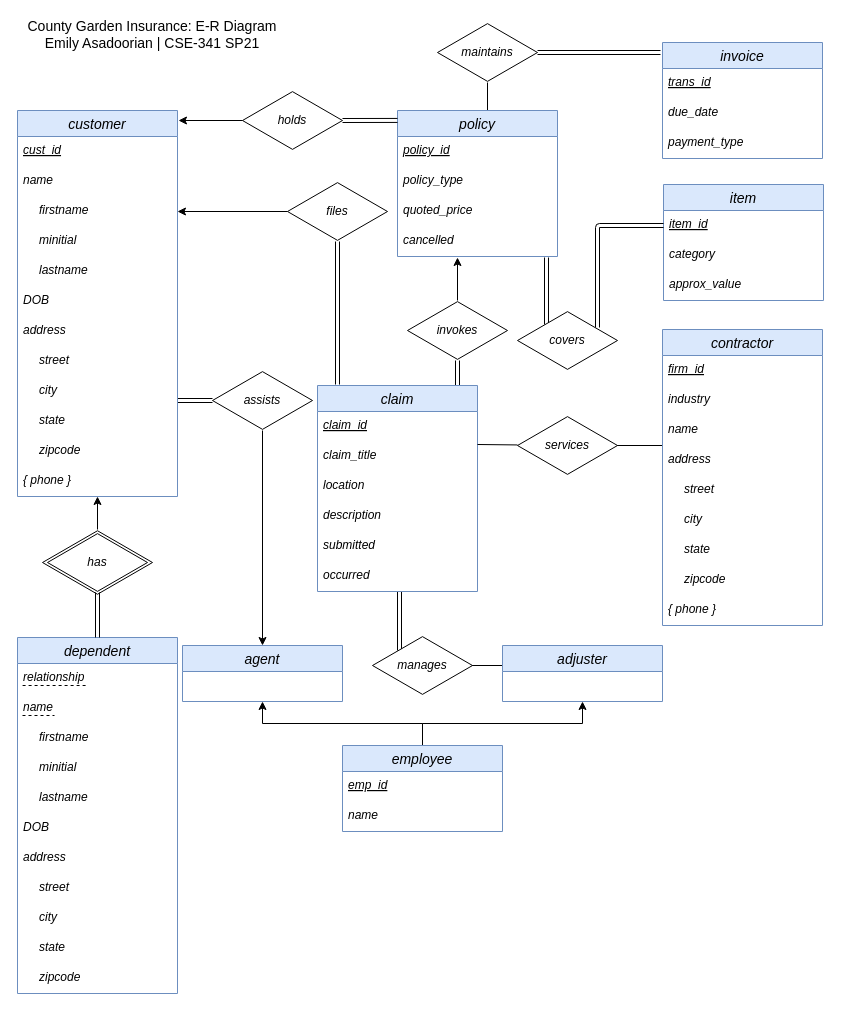
ema323-lehigh/county-garden keeps this draw.io diagram as ER_Diagram/DrawIO/Asadoorian_ERD.drawio. Above is the earlier version. Source tidied: cells renumbered, new cells numbered last; positions are measured from the earlier drawing's top-left corner, leaving out a move shared by most shapes. Both pictures are drawn from the tidied source at 100%, with x=0, y=0 at pixel (17, 22).
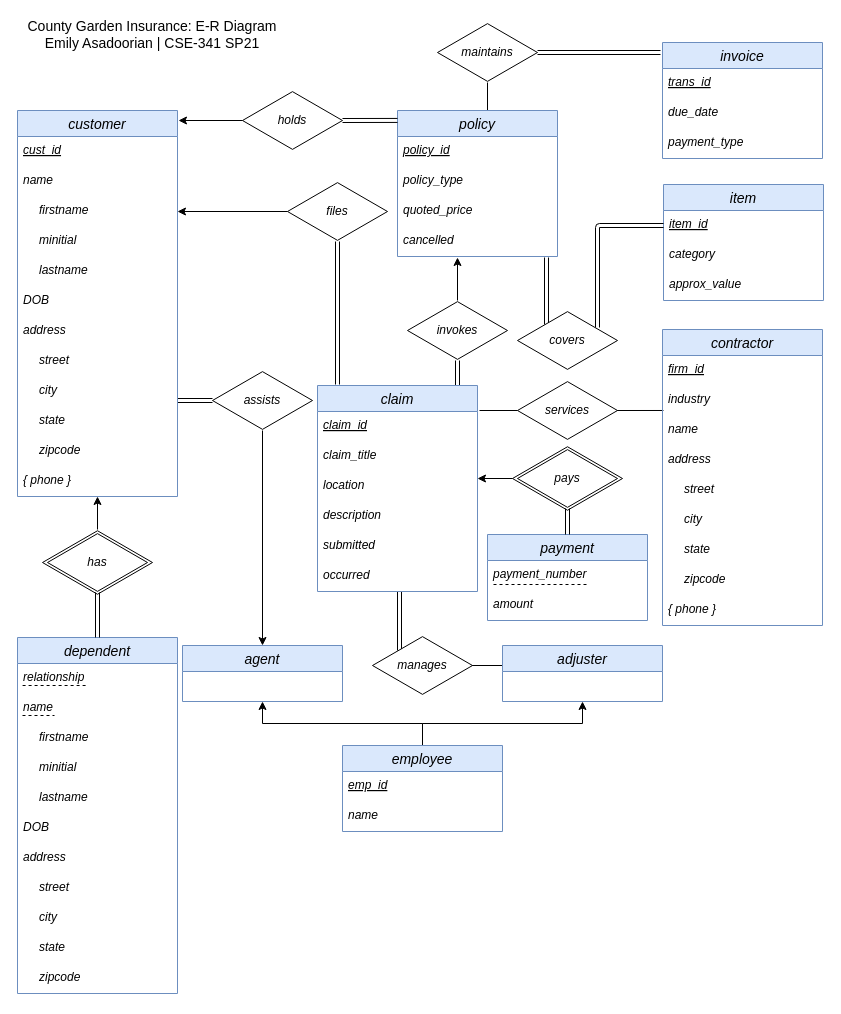
Above is the later version.

Unchanged cells that the change refers to:
```xml
<mxCell id="55" value="industry" style="text;strokeColor=none;fillColor=none;spacingLeft=4;spacingRight=4;overflow=hidden;points=[[0,0.5],[1,0.5]];portConstraint=eastwest;fontSize=12;fontStyle=2;" parent="53" vertex="1">
  <mxGeometry y="56" width="160" height="30" as="geometry" />
</mxCell>
<mxCell id="56" value="name&#10;" style="text;strokeColor=none;fillColor=none;spacingLeft=4;spacingRight=4;overflow=hidden;points=[[0,0.5],[1,0.5]];portConstraint=eastwest;fontSize=12;fontStyle=2;" parent="53" vertex="1">
  <mxGeometry y="86" width="160" height="30" as="geometry" />
</mxCell>
```

Change to the diagram source:
```diff
@@
-    <mxCell id="6" style="endArrow=none;html=1;entryX=0;entryY=1;entryDx=0;entryDy=0;exitX=0.99;exitY=0.5;exitDx=0;exitDy=0;exitPerimeter=0;entryPerimeter=0;" parent="1" edge="1" source="63" target="56">
+    <mxCell id="6" style="endArrow=none;html=1;entryX=0.006;entryY=0.833;entryDx=0;entryDy=0;exitX=0.99;exitY=0.5;exitDx=0;exitDy=0;exitPerimeter=0;entryPerimeter=0;" parent="1" edge="1" source="63" target="55">
       <mxGeometry relative="1" as="geometry" />
     </mxCell>
@@
     <mxCell id="63" value="&lt;i&gt;services&lt;/i&gt;" style="html=1;whiteSpace=wrap;shape=isoRectangle;" parent="1" vertex="1">
-      <mxGeometry x="500" y="393" width="100" height="60" as="geometry" />
+      <mxGeometry x="500" y="358" width="100" height="60" as="geometry" />
     </mxCell>
-    <mxCell id="64" style="endArrow=none;html=1;" parent="1" edge="1" target="63">
+    <mxCell id="64" style="endArrow=none;html=1;entryX=0;entryY=0.5;entryDx=0;entryDy=0;entryPerimeter=0;" parent="1" edge="1" target="63">
       <mxGeometry relative="1" as="geometry">
-        <mxPoint x="460" y="422" as="sourcePoint" />
+        <mxPoint x="462" y="388" as="sourcePoint" />
       </mxGeometry>
     </mxCell>
@@
+    <mxCell id="95" value="payment" style="swimlane;fontStyle=2;horizontal=1;startSize=26;align=center;fontSize=14;fillColor=#dae8fc;strokeColor=#6c8ebf;" parent="1" vertex="1">
+      <mxGeometry x="470" y="512" width="160" height="86" as="geometry" />
+    </mxCell>
+    <mxCell id="96" value="payment_number" style="text;strokeColor=none;fillColor=none;spacingLeft=4;spacingRight=4;overflow=hidden;fontSize=12;fontStyle=2;" parent="95" vertex="1">
+      <mxGeometry y="26" width="160" height="30" as="geometry" />
+    </mxCell>
+    <mxCell id="97" style="endArrow=none;dashed=1;html=1;fontFamily=Comic Sans MS;fontSize=14;exitX=0.013;exitY=0.767;exitDx=0;exitDy=0;exitPerimeter=0;" parent="95" edge="1">
+      <mxGeometry relative="1" as="geometry">
+        <mxPoint x="6" y="50" as="sourcePoint" />
+        <mxPoint x="101" y="50" as="targetPoint" />
+      </mxGeometry>
+    </mxCell>
+    <mxCell id="98" value="amount" style="text;strokeColor=none;fillColor=none;spacingLeft=4;spacingRight=4;overflow=hidden;fontSize=12;fontStyle=2;" parent="95" vertex="1">
+      <mxGeometry y="56" width="160" height="30" as="geometry" />
+    </mxCell>
+    <mxCell id="99" style="html=1;whiteSpace=wrap;shape=isoRectangle;fontSize=14;align=left;" parent="1" vertex="1">
+      <mxGeometry x="495" y="423" width="110" height="66" as="geometry" />
+    </mxCell>
+    <mxCell id="100" value="&lt;i&gt;pays&lt;/i&gt;" style="html=1;whiteSpace=wrap;shape=isoRectangle;" parent="1" vertex="1">
+      <mxGeometry x="500" y="426" width="100" height="60" as="geometry" />
+    </mxCell>
+    <mxCell id="101" style="shape=link;html=1;fontFamily=Comic Sans MS;fontSize=14;entryX=0.5;entryY=0;entryDx=0;entryDy=0;exitX=0.5;exitY=1;exitDx=0;exitDy=0;exitPerimeter=0;" parent="1" edge="1" source="100" target="95">
+      <mxGeometry relative="1" as="geometry" />
+    </mxCell>
+    <mxCell id="102" style="endArrow=classic;html=1;fontFamily=Comic Sans MS;fontSize=14;exitX=-0.05;exitY=0.5;exitDx=0;exitDy=0;exitPerimeter=0;" parent="1" edge="1" source="100">
+      <mxGeometry relative="1" as="geometry">
+        <mxPoint x="460" y="456" as="targetPoint" />
+      </mxGeometry>
+    </mxCell>
```
